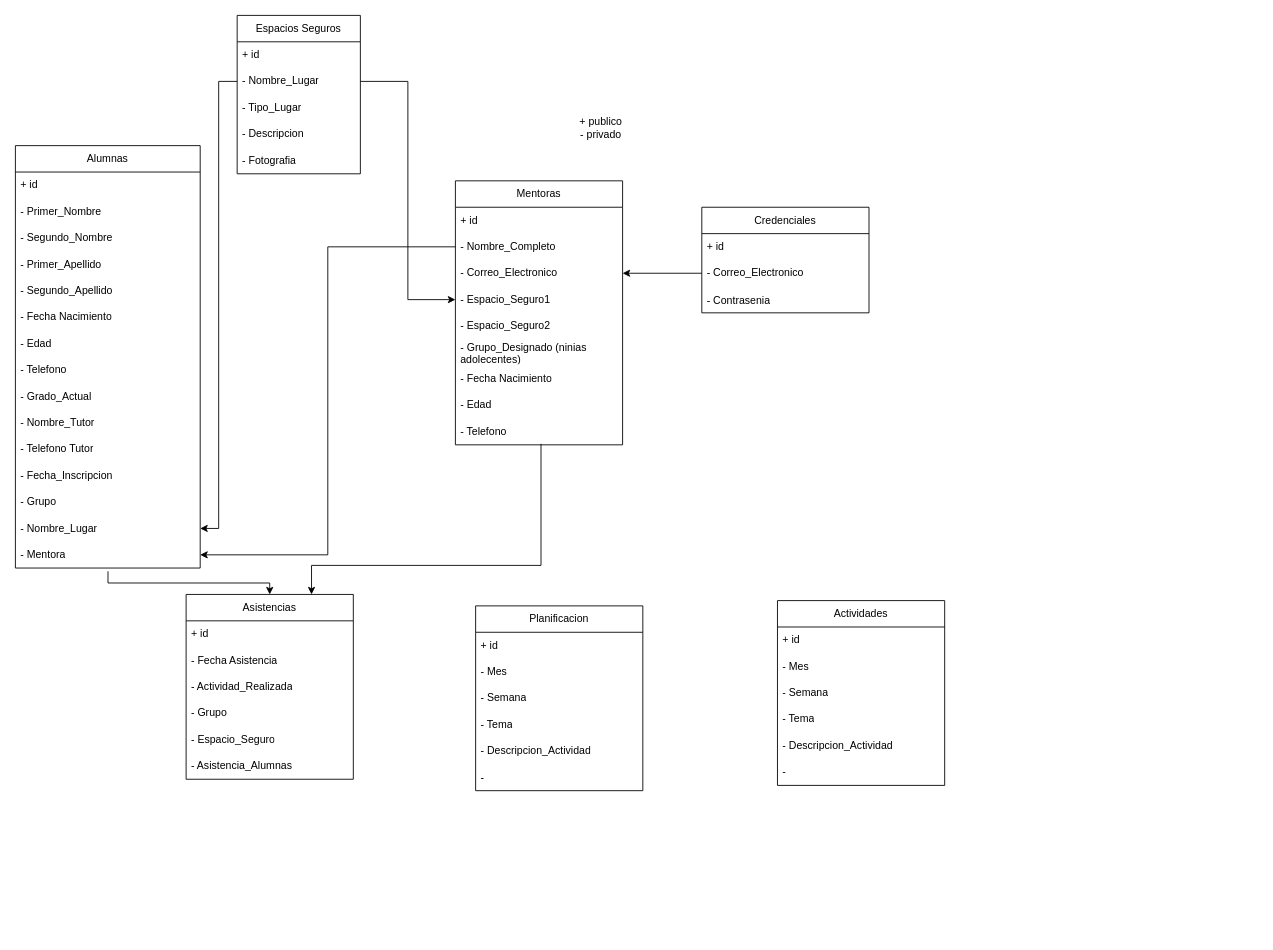
Above: page "Digrama de Clases" (1 of 3) of REDMI.drawio in NealD00/Diagramin (draw.io), before the change. Source tidied: cells renumbered, new cells numbered last; positions are measured from the earlier drawing's top-left corner, leaving out a move shared by most shapes. Both pictures are drawn from the tidied source at 88%, with x=0, y=0 at pixel (15, 15).
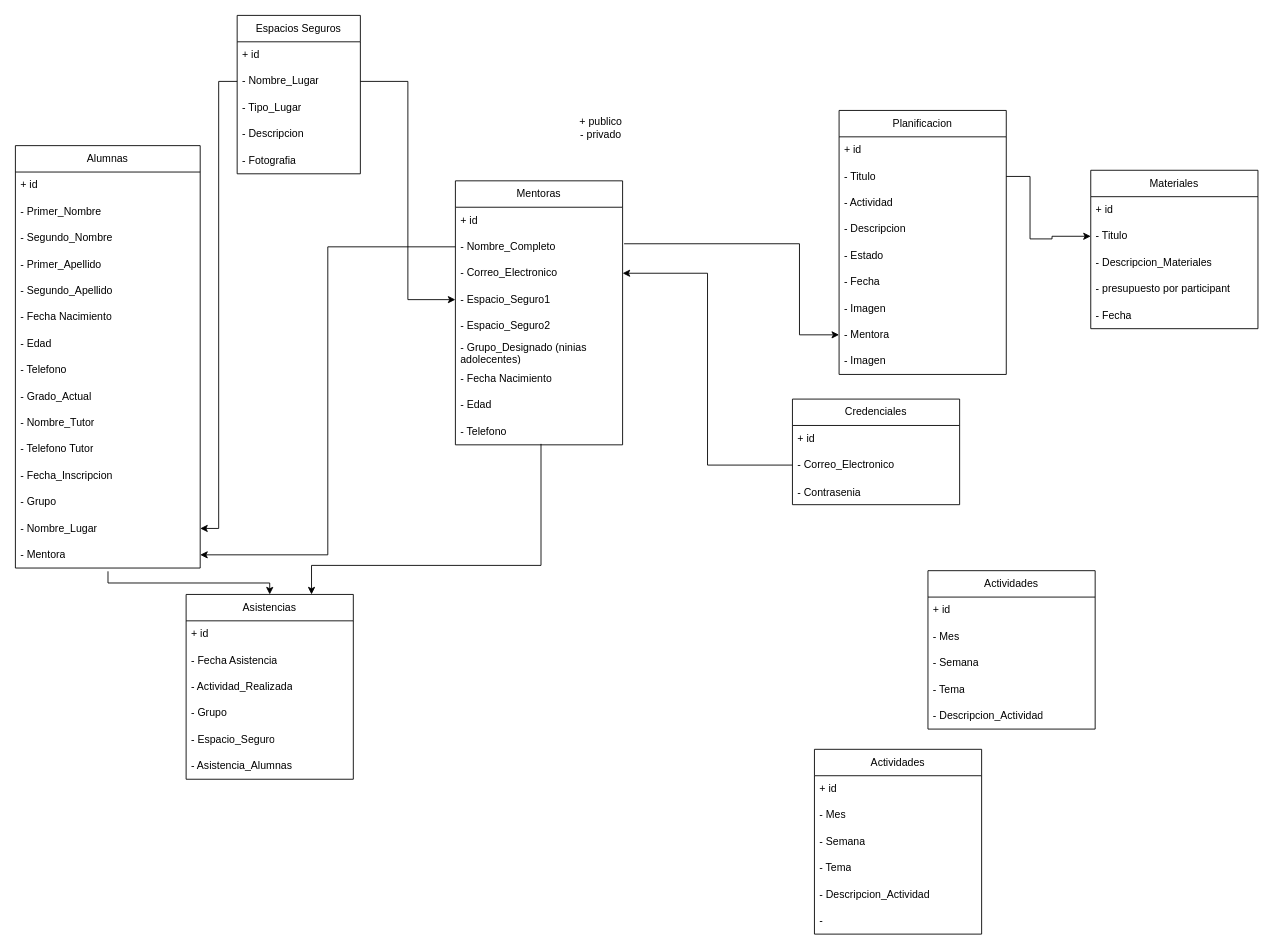
After the change.

Unchanged cells that the change refers to:
```xml
<mxCell id="26" value="+ id&amp;nbsp;&lt;span style=&quot;white-space: pre;&quot;&gt;&#9;&lt;/span&gt;" style="text;strokeColor=none;fillColor=none;align=left;verticalAlign=middle;spacingLeft=4;spacingRight=4;overflow=hidden;points=[[0,0.5],[1,0.5]];portConstraint=eastwest;whiteSpace=wrap;html=1;" parent="25" vertex="1">
  <mxGeometry y="30" width="190" height="30" as="geometry" />
</mxCell>
<mxCell id="28" value="- Correo_Electronico" style="text;strokeColor=none;fillColor=none;align=left;verticalAlign=middle;spacingLeft=4;spacingRight=4;overflow=hidden;points=[[0,0.5],[1,0.5]];portConstraint=eastwest;whiteSpace=wrap;html=1;" parent="25" vertex="1">
  <mxGeometry y="90" width="190" height="30" as="geometry" />
</mxCell>
<mxCell id="51" value="- Correo_Electronico" style="text;strokeColor=none;fillColor=none;align=left;verticalAlign=middle;spacingLeft=4;spacingRight=4;overflow=hidden;points=[[0,0.5],[1,0.5]];portConstraint=eastwest;whiteSpace=wrap;html=1;" parent="49" vertex="1">
  <mxGeometry y="60" width="190" height="30" as="geometry" />
</mxCell>
```

Change to the diagram source:
```diff
@@
     <mxCell id="42" value="Planificacion" style="swimlane;fontStyle=0;horizontal=1;startSize=30;whiteSpace=wrap;html=1;" parent="1" vertex="1">
-      <mxGeometry x="523" y="671" width="190" height="210" as="geometry" />
+      <mxGeometry x="936" y="108" width="190" height="300" as="geometry" />
     </mxCell>
@@
-    <mxCell id="44" value="- Mes" style="text;strokeColor=none;fillColor=none;align=left;verticalAlign=middle;spacingLeft=4;spacingRight=4;overflow=hidden;points=[[0,0.5],[1,0.5]];portConstraint=eastwest;whiteSpace=wrap;html=1;" parent="42" vertex="1">
+    <mxCell id="44" value="- Titulo" style="text;strokeColor=none;fillColor=none;align=left;verticalAlign=middle;spacingLeft=4;spacingRight=4;overflow=hidden;points=[[0,0.5],[1,0.5]];portConstraint=eastwest;whiteSpace=wrap;html=1;" parent="42" vertex="1">
       <mxGeometry y="60" width="190" height="30" as="geometry" />
     </mxCell>
-    <mxCell id="45" value="- Semana" style="text;strokeColor=none;fillColor=none;align=left;verticalAlign=middle;spacingLeft=4;spacingRight=4;overflow=hidden;whiteSpace=wrap;html=1;" parent="42" vertex="1">
+    <mxCell id="45" value="- Actividad" style="text;strokeColor=none;fillColor=none;align=left;verticalAlign=middle;spacingLeft=4;spacingRight=4;overflow=hidden;whiteSpace=wrap;html=1;" parent="42" vertex="1">
       <mxGeometry y="90" width="190" height="30" as="geometry" />
     </mxCell>
-    <mxCell id="46" value="- Tema" style="text;strokeColor=none;fillColor=none;align=left;verticalAlign=middle;spacingLeft=4;spacingRight=4;overflow=hidden;whiteSpace=wrap;html=1;" parent="42" vertex="1">
+    <mxCell id="46" value="- Descripcion" style="text;strokeColor=none;fillColor=none;align=left;verticalAlign=middle;spacingLeft=4;spacingRight=4;overflow=hidden;whiteSpace=wrap;html=1;" parent="42" vertex="1">
       <mxGeometry y="120" width="190" height="30" as="geometry" />
     </mxCell>
-    <mxCell id="47" value="- Descripcion_Actividad" style="text;strokeColor=none;fillColor=none;align=left;verticalAlign=middle;spacingLeft=4;spacingRight=4;overflow=hidden;whiteSpace=wrap;html=1;" parent="42" vertex="1">
+    <mxCell id="47" value="- Estado" style="text;strokeColor=none;fillColor=none;align=left;verticalAlign=middle;spacingLeft=4;spacingRight=4;overflow=hidden;whiteSpace=wrap;html=1;" parent="42" vertex="1">
       <mxGeometry y="150" width="190" height="30" as="geometry" />
     </mxCell>
-    <mxCell id="48" value="-&amp;nbsp;" style="text;strokeColor=none;fillColor=none;align=left;verticalAlign=middle;spacingLeft=4;spacingRight=4;overflow=hidden;whiteSpace=wrap;html=1;" parent="42" vertex="1">
+    <mxCell id="48" value="- Fecha" style="text;strokeColor=none;fillColor=none;align=left;verticalAlign=middle;spacingLeft=4;spacingRight=4;overflow=hidden;whiteSpace=wrap;html=1;" parent="42" vertex="1">
       <mxGeometry y="180" width="190" height="30" as="geometry" />
     </mxCell>
+    <mxCell id="66" value="- Imagen" style="text;strokeColor=none;fillColor=none;align=left;verticalAlign=middle;spacingLeft=4;spacingRight=4;overflow=hidden;whiteSpace=wrap;html=1;" parent="42" vertex="1">
+      <mxGeometry y="210" width="190" height="30" as="geometry" />
+    </mxCell>
+    <mxCell id="67" value="- Mentora&lt;span style=&quot;white-space: pre;&quot;&gt;&#9;&lt;/span&gt;" style="text;strokeColor=none;fillColor=none;align=left;verticalAlign=middle;spacingLeft=4;spacingRight=4;overflow=hidden;points=[[0,0.5],[1,0.5]];portConstraint=eastwest;whiteSpace=wrap;html=1;" parent="42" vertex="1">
+      <mxGeometry y="240" width="190" height="30" as="geometry" />
+    </mxCell>
+    <mxCell id="68" value="- Imagen" style="text;strokeColor=none;fillColor=none;align=left;verticalAlign=middle;spacingLeft=4;spacingRight=4;overflow=hidden;whiteSpace=wrap;html=1;" parent="42" vertex="1">
+      <mxGeometry y="270" width="190" height="30" as="geometry" />
+    </mxCell>
     <mxCell id="49" value="Credenciales" style="swimlane;fontStyle=0;horizontal=1;startSize=30;whiteSpace=wrap;html=1;" parent="1" vertex="1">
-      <mxGeometry x="780" y="218" width="190" height="120" as="geometry" />
+      <mxGeometry x="883" y="436" width="190" height="120" as="geometry" />
     </mxCell>
@@
-    <mxCell id="57" style="rounded=0;jettySize=auto;elbow=vertical;html=1;exitX=0;exitY=0.5;exitDx=0;exitDy=0;entryX=1;entryY=0.5;entryDx=0;entryDy=0;fontFamily=Helvetica;fontSize=12;fontColor=default;fontStyle=0;" parent="1" edge="1" source="51" target="28">
+    <mxCell id="57" style="rounded=0;jettySize=auto;elbow=vertical;html=1;exitX=0;exitY=0.5;exitDx=0;exitDy=0;entryX=1;entryY=0.5;entryDx=0;entryDy=0;fontFamily=Helvetica;fontSize=12;fontColor=default;fontStyle=0;edgeStyle=orthogonalEdgeStyle;" parent="1" edge="1" source="51" target="28">
       <mxGeometry relative="1" as="geometry" />
     </mxCell>
     <mxCell id="58" value="Actividades" style="swimlane;fontStyle=0;horizontal=1;startSize=30;whiteSpace=wrap;html=1;" parent="1" vertex="1">
-      <mxGeometry x="866" y="665" width="190" height="210" as="geometry" />
+      <mxGeometry x="908" y="834" width="190" height="210" as="geometry" />
     </mxCell>
@@
+    <mxCell id="69" value="Actividades" style="swimlane;fontStyle=0;horizontal=1;startSize=30;whiteSpace=wrap;html=1;" parent="1" vertex="1">
+      <mxGeometry x="1037" y="631" width="190" height="180" as="geometry" />
+    </mxCell>
+    <mxCell id="70" value="+ id&amp;nbsp;&lt;span style=&quot;white-space: pre;&quot;&gt;&#9;&lt;/span&gt;" style="text;strokeColor=none;fillColor=none;align=left;verticalAlign=middle;spacingLeft=4;spacingRight=4;overflow=hidden;whiteSpace=wrap;html=1;" parent="69" vertex="1">
+      <mxGeometry y="30" width="190" height="30" as="geometry" />
+    </mxCell>
+    <mxCell id="71" value="- Mes" style="text;strokeColor=none;fillColor=none;align=left;verticalAlign=middle;spacingLeft=4;spacingRight=4;overflow=hidden;whiteSpace=wrap;html=1;" parent="69" vertex="1">
+      <mxGeometry y="60" width="190" height="30" as="geometry" />
+    </mxCell>
+    <mxCell id="72" value="- Semana" style="text;strokeColor=none;fillColor=none;align=left;verticalAlign=middle;spacingLeft=4;spacingRight=4;overflow=hidden;whiteSpace=wrap;html=1;" parent="69" vertex="1">
+      <mxGeometry y="90" width="190" height="30" as="geometry" />
+    </mxCell>
+    <mxCell id="73" value="- Tema" style="text;strokeColor=none;fillColor=none;align=left;verticalAlign=middle;spacingLeft=4;spacingRight=4;overflow=hidden;whiteSpace=wrap;html=1;" parent="69" vertex="1">
+      <mxGeometry y="120" width="190" height="30" as="geometry" />
+    </mxCell>
+    <mxCell id="74" value="- Descripcion_Actividad" style="text;strokeColor=none;fillColor=none;align=left;verticalAlign=middle;spacingLeft=4;spacingRight=4;overflow=hidden;whiteSpace=wrap;html=1;" parent="69" vertex="1">
+      <mxGeometry y="150" width="190" height="30" as="geometry" />
+    </mxCell>
+    <mxCell id="75" style="edgeStyle=orthogonalEdgeStyle;rounded=0;jettySize=auto;html=1;exitX=1.009;exitY=1.384;exitDx=0;exitDy=0;exitPerimeter=0;entryX=0;entryY=0.5;entryDx=0;entryDy=0;" parent="1" edge="1" source="26" target="67">
+      <mxGeometry relative="1" as="geometry">
+        <Array as="points">
+          <mxPoint x="891" y="260" />
+          <mxPoint x="891" y="363" />
+        </Array>
+      </mxGeometry>
+    </mxCell>
+    <mxCell id="76" value="Materiales" style="swimlane;fontStyle=0;horizontal=1;startSize=30;whiteSpace=wrap;html=1;" parent="1" vertex="1">
+      <mxGeometry x="1222" y="176" width="190" height="180" as="geometry" />
+    </mxCell>
+    <mxCell id="77" value="+ id&amp;nbsp;&lt;span style=&quot;white-space: pre;&quot;&gt;&#9;&lt;/span&gt;" style="text;strokeColor=none;fillColor=none;align=left;verticalAlign=middle;spacingLeft=4;spacingRight=4;overflow=hidden;whiteSpace=wrap;html=1;" parent="76" vertex="1">
+      <mxGeometry y="30" width="190" height="30" as="geometry" />
+    </mxCell>
+    <mxCell id="78" value="- Titulo" style="text;strokeColor=none;fillColor=none;align=left;verticalAlign=middle;spacingLeft=4;spacingRight=4;overflow=hidden;points=[[0,0.5],[1,0.5]];portConstraint=eastwest;whiteSpace=wrap;html=1;" parent="76" vertex="1">
+      <mxGeometry y="60" width="190" height="30" as="geometry" />
+    </mxCell>
+    <mxCell id="79" value="- Descripcion_Materiales" style="text;strokeColor=none;fillColor=none;align=left;verticalAlign=middle;spacingLeft=4;spacingRight=4;overflow=hidden;whiteSpace=wrap;html=1;" parent="76" vertex="1">
+      <mxGeometry y="90" width="190" height="30" as="geometry" />
+    </mxCell>
+    <mxCell id="80" value="- presupuesto por participant&lt;span style=&quot;white-space: pre;&quot;&gt;&#9;&lt;/span&gt;" style="text;strokeColor=none;fillColor=none;align=left;verticalAlign=middle;spacingLeft=4;spacingRight=4;overflow=hidden;whiteSpace=wrap;html=1;" parent="76" vertex="1">
+      <mxGeometry y="120" width="190" height="30" as="geometry" />
+    </mxCell>
+    <mxCell id="81" value="- Fecha" style="text;strokeColor=none;fillColor=none;align=left;verticalAlign=middle;spacingLeft=4;spacingRight=4;overflow=hidden;whiteSpace=wrap;html=1;" parent="76" vertex="1">
+      <mxGeometry y="150" width="190" height="30" as="geometry" />
+    </mxCell>
+    <mxCell id="82" style="edgeStyle=orthogonalEdgeStyle;rounded=0;jettySize=auto;html=1;exitX=1;exitY=0.5;exitDx=0;exitDy=0;entryX=0;entryY=0.5;entryDx=0;entryDy=0;" parent="1" edge="1" source="44" target="78">
+      <mxGeometry relative="1" as="geometry">
+        <Array as="points">
+          <mxPoint x="1153" y="183" />
+          <mxPoint x="1153" y="254" />
+          <mxPoint x="1178" y="254" />
+          <mxPoint x="1178" y="251" />
+        </Array>
+      </mxGeometry>
+    </mxCell>
```
